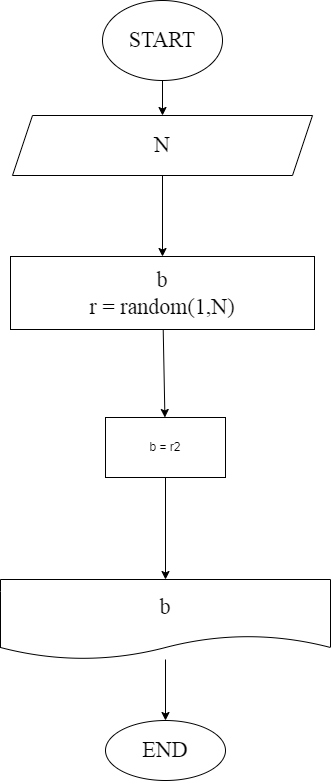
Above: ex000.drawio.png in iksergey/practice_temp (draw.io), before the change. Source tidied: cells renumbered, new cells last; positions are measured from the earlier drawing's top-left corner, leaving out a move shared by most shapes.
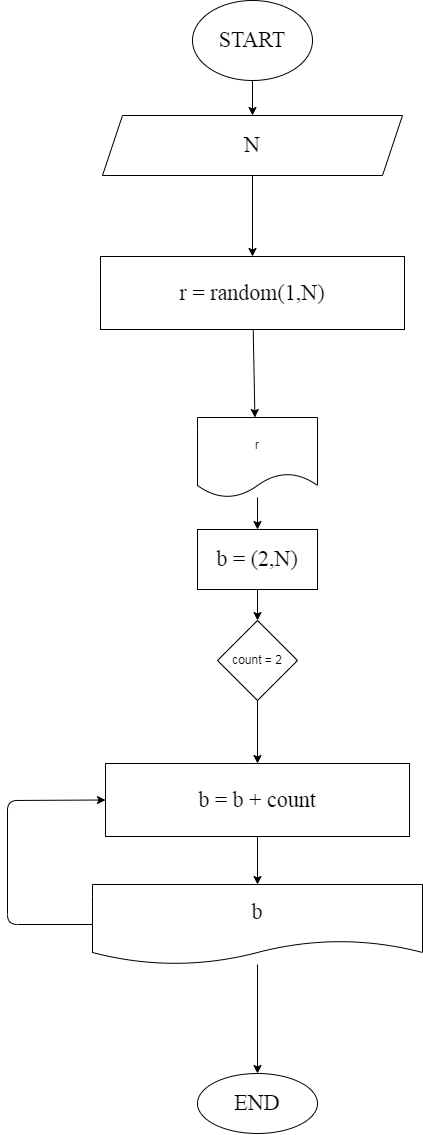
After the commit.

Commit message:
вывод рандомного и четного числа

The edit, as a diff of the source:
```diff
@@ -14,26 +14,54 @@
     <mxCell id="5" value="N" style="shape=parallelogram;perimeter=parallelogramPerimeter;whiteSpace=wrap;html=1;fixedSize=1;fontSize=22;fontFamily=Fira Code;" parent="1" vertex="1">
       <mxGeometry x="12" y="115" width="300" height="60" as="geometry" />
     </mxCell>
-    <mxCell id="6" style="edgeStyle=none;html=1;" parent="1" edge="1" source="7" target="12">
-      <mxGeometry relative="1" as="geometry" />
+    <mxCell id="6" style="edgeStyle=none;html=1;" parent="1" edge="1" source="7">
+      <mxGeometry relative="1" as="geometry">
+        <mxPoint x="164.4" y="417" as="targetPoint" />
+      </mxGeometry>
     </mxCell>
-    <mxCell id="7" value="b&lt;br&gt;&lt;span style=&quot;font-family: &amp;#34;fira code&amp;#34;&quot;&gt;r = random(1,N)&lt;/span&gt;" style="whiteSpace=wrap;html=1;fontSize=22;fontFamily=Fira Code;" parent="1" vertex="1">
+    <mxCell id="7" value="&lt;span style=&quot;font-family: &amp;#34;fira code&amp;#34;&quot;&gt;r = random(1,N)&lt;br&gt;&lt;/span&gt;" style="whiteSpace=wrap;html=1;fontSize=22;fontFamily=Fira Code;" parent="1" vertex="1">
       <mxGeometry x="10" y="256" width="304" height="73" as="geometry" />
     </mxCell>
     <mxCell id="8" style="edgeStyle=none;html=1;fontFamily=Fira Code;fontSize=22;" parent="1" edge="1" source="9" target="10">
       <mxGeometry relative="1" as="geometry" />
     </mxCell>
     <mxCell id="9" value="b" style="shape=document;whiteSpace=wrap;html=1;boundedLbl=1;fontSize=22;fontFamily=Fira Code;" parent="1" vertex="1">
-      <mxGeometry y="579" width="330" height="80" as="geometry" />
+      <mxGeometry x="2" y="884" width="330" height="80" as="geometry" />
     </mxCell>
     <mxCell id="10" value="END" style="ellipse;whiteSpace=wrap;html=1;fontSize=22;fontFamily=Fira Code;" parent="1" vertex="1">
-      <mxGeometry x="105" y="720" width="120" height="60" as="geometry" />
+      <mxGeometry x="107" y="1073" width="120" height="60" as="geometry" />
     </mxCell>
-    <mxCell id="11" style="edgeStyle=none;html=1;" parent="1" edge="1" source="12" target="9">
-      <mxGeometry relative="1" as="geometry" />
-    </mxCell>
-    <mxCell id="12" value="b = r2" style="rounded=0;whiteSpace=wrap;html=1;" parent="1" vertex="1">
-      <mxGeometry x="105" y="417" width="120" height="60" as="geometry" />
-    </mxCell>
+    <mxCell id="13" style="edgeStyle=none;html=1;" parent="1" edge="1" source="14" target="9">
+      <mxGeometry relative="1" as="geometry" />
+    </mxCell>
+    <mxCell id="14" value="b = b + count" style="whiteSpace=wrap;html=1;fontSize=22;fontFamily=Fira Code;" parent="1" vertex="1">
+      <mxGeometry x="15" y="763" width="304" height="73" as="geometry" />
+    </mxCell>
+    <mxCell id="15" style="edgeStyle=none;html=1;" parent="1" edge="1" source="16" target="14">
+      <mxGeometry relative="1" as="geometry" />
+    </mxCell>
+    <mxCell id="16" value="count = 2" style="rhombus;whiteSpace=wrap;html=1;" parent="1" vertex="1">
+      <mxGeometry x="127" y="620" width="80" height="80" as="geometry" />
+    </mxCell>
+    <mxCell id="17" style="edgeStyle=none;html=1;" parent="1" edge="1" source="18" target="20">
+      <mxGeometry relative="1" as="geometry" />
+    </mxCell>
+    <mxCell id="18" value="r" style="shape=document;whiteSpace=wrap;html=1;boundedLbl=1;" parent="1" vertex="1">
+      <mxGeometry x="107" y="417" width="120" height="80" as="geometry" />
+    </mxCell>
+    <mxCell id="19" style="edgeStyle=none;html=1;" parent="1" edge="1" source="20" target="16">
+      <mxGeometry relative="1" as="geometry" />
+    </mxCell>
+    <mxCell id="20" value="&lt;span style=&quot;font-family: &amp;#34;fira code&amp;#34; ; font-size: 22px&quot;&gt;b = (2,N)&lt;/span&gt;" style="rounded=0;whiteSpace=wrap;html=1;" parent="1" vertex="1">
+      <mxGeometry x="107" y="529" width="120" height="60" as="geometry" />
+    </mxCell>
+    <mxCell id="21" style="endArrow=classic;html=1;exitX=0;exitY=0.5;exitDx=0;exitDy=0;entryX=0;entryY=0.5;entryDx=0;entryDy=0;" parent="1" edge="1" source="9" target="14">
+      <mxGeometry relative="1" as="geometry">
+        <Array as="points">
+          <mxPoint x="-83" y="924" />
+          <mxPoint x="-83" y="800" />
+        </Array>
+      </mxGeometry>
+    </mxCell>
   </root>
 </mxGraphModel>
```
